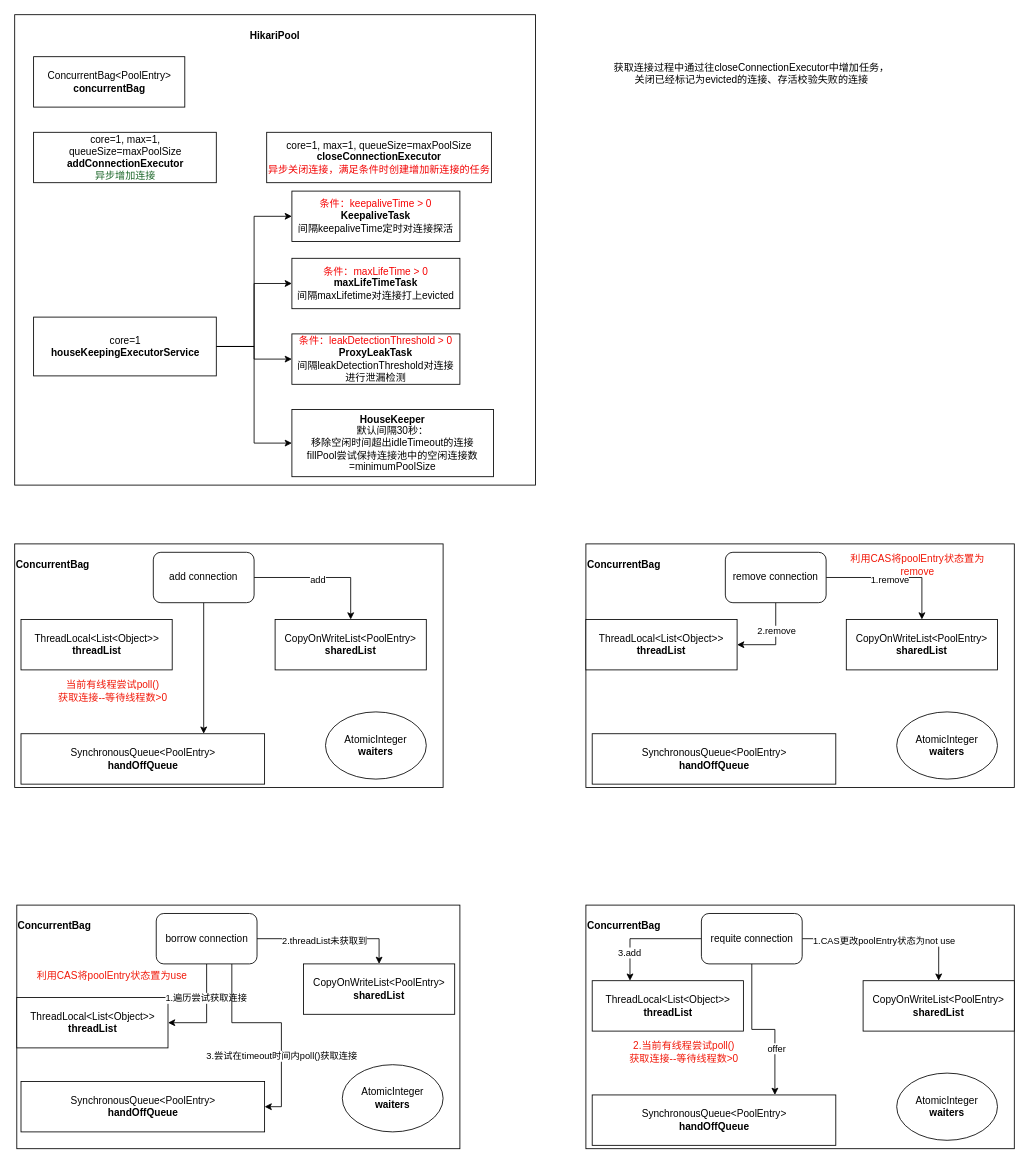
pxy0601/diagram keeps this draw.io diagram as page "第 2 页" (2 of 2) of HikariCP.drawio. Above is the earlier version. Source tidied: cells renumbered, new cells numbered last; positions are measured from the earlier drawing's top-left corner, leaving out a move shared by most shapes. Both pictures are drawn from the tidied source at 84%, with x=0, y=0 at pixel (14, 14).
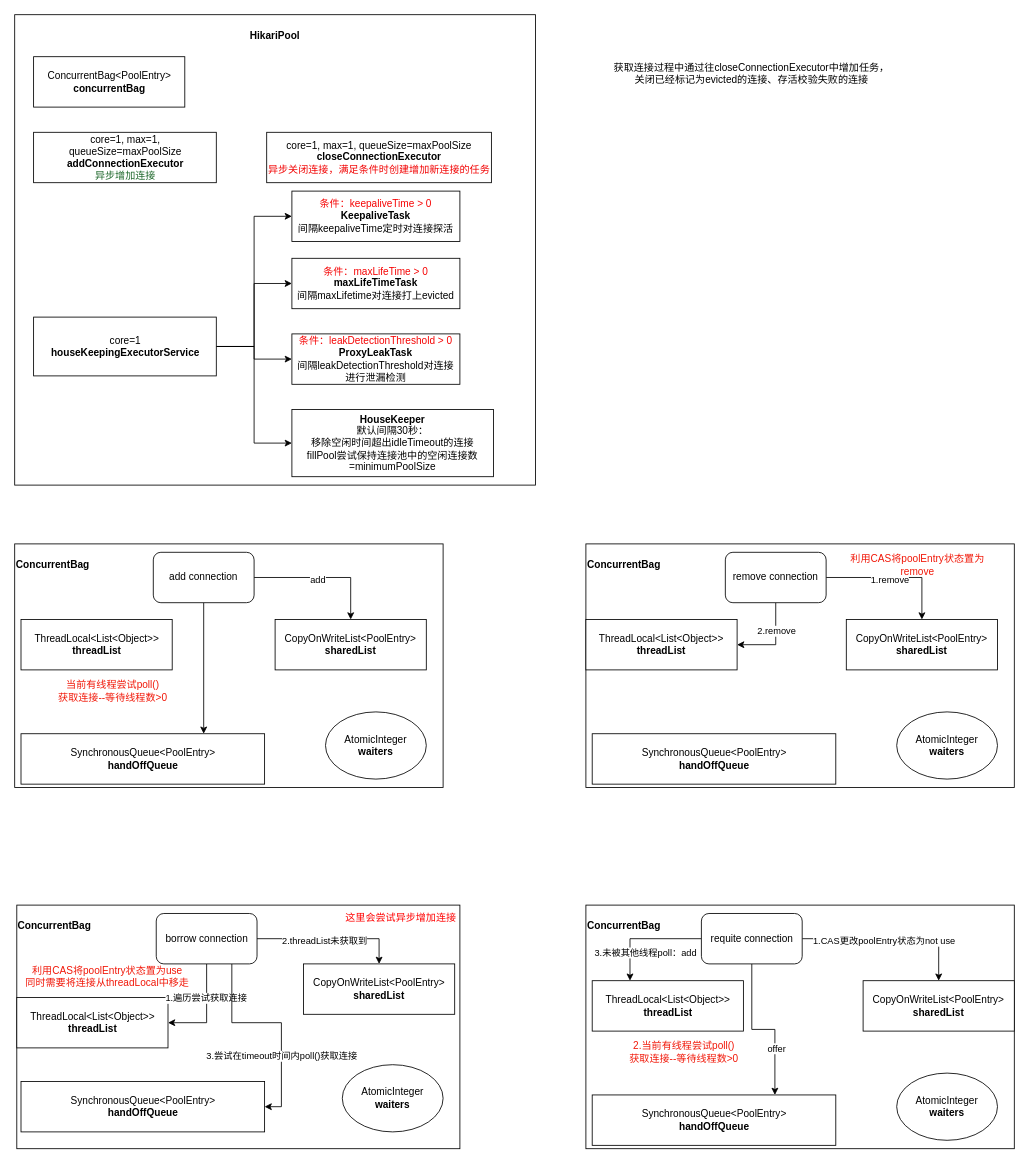
Above is the later version.

The change refers to these unchanged cells:
```xml
<mxCell id="64" style="edgeStyle=orthogonalEdgeStyle;rounded=0;jettySize=auto;html=1;exitX=0;exitY=0.5;exitDx=0;exitDy=0;entryX=0.25;entryY=0;entryDx=0;entryDy=0;" parent="1" edge="1" source="66" target="56">
  <mxGeometry relative="1" as="geometry" />
</mxCell>
```

Change to the diagram source:
```diff
@@
-    <mxCell id="52" value="&lt;font color=&quot;#f11809&quot;&gt;利用CAS将poolEntry状态置为use&lt;/font&gt;" style="text;html=1;align=center;verticalAlign=middle;whiteSpace=wrap;rounded=0;" parent="1" vertex="1">
-      <mxGeometry x="21.2" y="1130" width="190" height="30" as="geometry" />
+    <mxCell id="52" value="&lt;font color=&quot;#f11809&quot;&gt;利用CAS将poolEntry状态置为use&lt;/font&gt;&lt;div&gt;&lt;font color=&quot;#f11809&quot;&gt;同时需要将连接从threadLocal中移走&lt;/font&gt;&lt;/div&gt;" style="text;html=1;align=center;verticalAlign=middle;whiteSpace=wrap;rounded=0;" parent="1" vertex="1">
+      <mxGeometry x="11.2" y="1130" width="198.8" height="30" as="geometry" />
     </mxCell>
@@
-    <mxCell id="65" value="3.add" style="edgeLabel;html=1;align=center;verticalAlign=middle;" parent="64" vertex="1">
-      <mxGeometry x="0.5" y="-1" relative="1" as="geometry" />
+    <mxCell id="65" value="3.未被其他线程poll：add" style="edgeLabel;html=1;align=center;verticalAlign=middle;" parent="64" vertex="1">
+      <mxGeometry x="0.5" y="-1" relative="1" as="geometry">
+        <mxPoint x="19" as="offset" />
+      </mxGeometry>
     </mxCell>
@@
+    <mxCell id="68" value="这里会尝试异步增加连接" style="text;html=1;align=center;verticalAlign=middle;whiteSpace=wrap;rounded=0;labelBackgroundColor=none;fontColor=light-dark(#ff0000, #ededed);" parent="1" vertex="1">
+      <mxGeometry x="390" y="1060" width="140" height="30" as="geometry" />
+    </mxCell>
```
